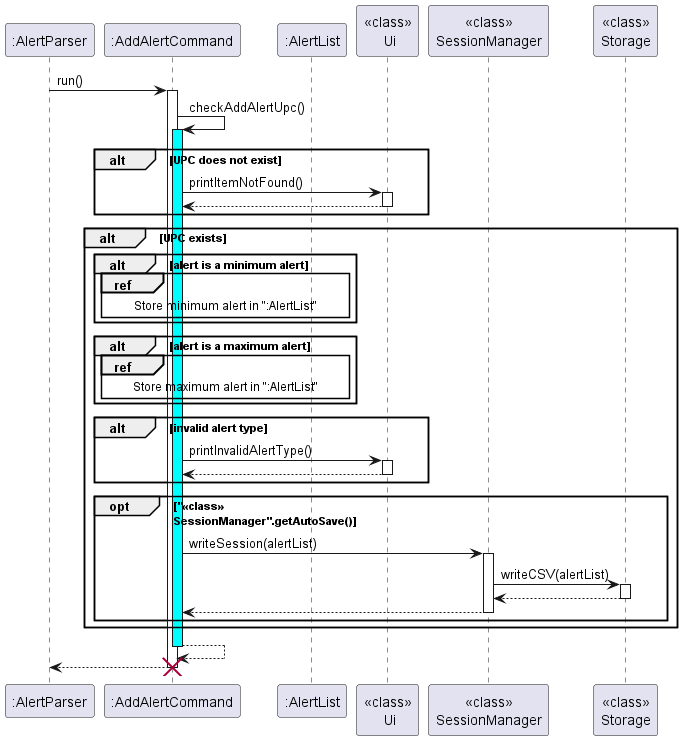
nus-cs2113-AY2223S2/tp keeps this PlantUML diagram as docs/UML/Alert/AddAlertCommand.png. Above is the earlier version. The source it was exported from:
```plantuml
@startuml

participant ":AlertParser"
participant ":AddAlertCommand"
participant ":AlertList"
participant "<<class>>\n Ui"
participant "<<class>>\nSessionManager"
participant "<<class>>\nStorage"
":AlertParser" -> ":AddAlertCommand": run()


activate ":AddAlertCommand"

":AddAlertCommand" -> ":AddAlertCommand": checkAddAlertUpc()
activate ":AddAlertCommand" #cyan
alt UPC does not exist
    ":AddAlertCommand" -> "<<class>>\n Ui": printItemNotFound()
    activate "<<class>>\n Ui"
    "<<class>>\n Ui" -->":AddAlertCommand":
    deactivate "<<class>>\n Ui"
end

alt UPC exists
    alt alert is a minimum alert
     ref over ":AddAlertCommand", ":AlertList": Store minimum alert in ":AlertList"
     end

    alt alert is a maximum alert
    ref over ":AddAlertCommand", ":AlertList": Store maximum alert in ":AlertList"
    end

    alt invalid alert type
      ":AddAlertCommand" -> "<<class>>\n Ui": printInvalidAlertType()
        activate "<<class>>\n Ui"
        "<<class>>\n Ui" -->":AddAlertCommand":
        deactivate "<<class>>\n Ui"
    end

    opt "<<class>>\nSessionManager".getAutoSave()
    ":AddAlertCommand" ->"<<class>>\nSessionManager":writeSession(alertList)
    activate "<<class>>\nSessionManager"
    "<<class>>\nSessionManager"->"<<class>>\nStorage":writeCSV(alertList)
    activate "<<class>>\nStorage"
    "<<class>>\nStorage" -->"<<class>>\nSessionManager":
    deactivate "<<class>>\nStorage"
    "<<class>>\nSessionManager" -->":AddAlertCommand":
    deactivate "<<class>>\nSessionManager"
    end
end
return
":AddAlertCommand" --> ":AlertParser"
destroy ":AddAlertCommand"


@enduml
```
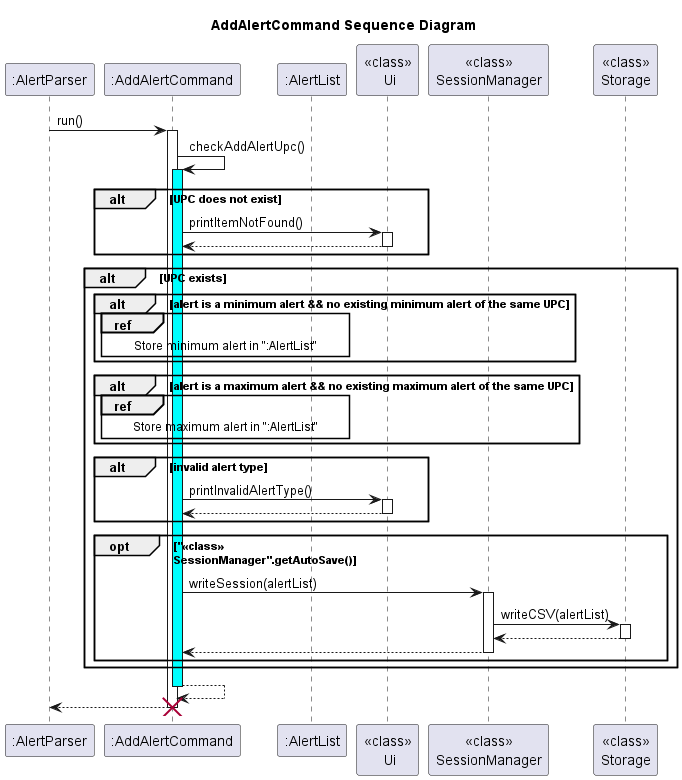
After the commit.

Commit message:
Update DG and alert diagrams

Diff of the diagram source:
```diff
@@ -1,4 +1,5 @@
 @startuml
+title AddAlertCommand Sequence Diagram
 
 participant ":AlertParser"
 participant ":AddAlertCommand"
@@ -21,11 +22,11 @@
 end
 
 alt UPC exists
-    alt alert is a minimum alert
+    alt alert is a minimum alert && no existing minimum alert of the same UPC
      ref over ":AddAlertCommand", ":AlertList": Store minimum alert in ":AlertList"
      end
 
-    alt alert is a maximum alert
+    alt alert is a maximum alert && no existing maximum alert of the same UPC
     ref over ":AddAlertCommand", ":AlertList": Store maximum alert in ":AlertList"
     end
 
```
